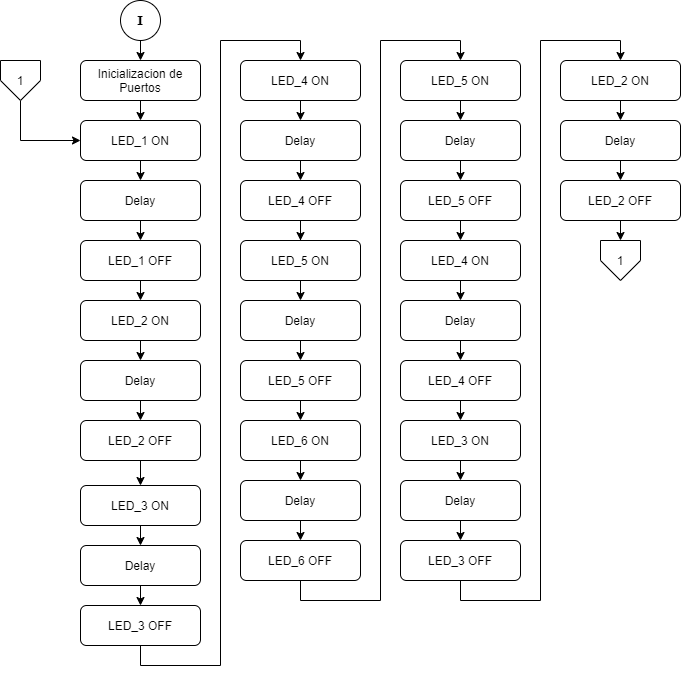
The draw.io diagram tp3/doc/diagramas/tp3_flujo.png in fiuba-labo-de-micro-miercoles/2019-2c-trabajo-practico-mendoza_2020, before a commit. Source tidied: cells renumbered, new cells last; positions are measured from the earlier drawing's top-left corner, leaving out a move shared by most shapes.
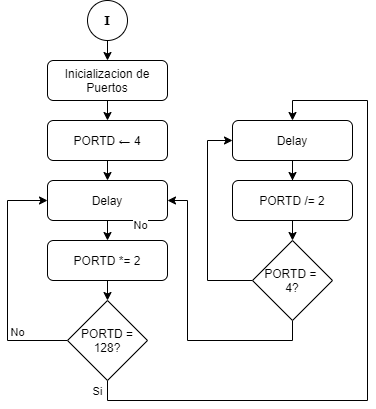
The same diagram one commit later.

Diff of the diagram source:
```diff
@@ -11,13 +11,15 @@
     <mxCell id="4" style="edgeStyle=orthogonalEdgeStyle;rounded=0;jettySize=auto;html=1;exitX=0.5;exitY=1;exitDx=0;exitDy=0;entryX=0.5;entryY=0;entryDx=0;entryDy=0;" parent="1" edge="1" source="5" target="9">
       <mxGeometry relative="1" as="geometry" />
     </mxCell>
-    <mxCell id="5" value="LED_1 ON" style="rounded=1;whiteSpace=wrap;html=1;fontSize=12;glass=0;strokeWidth=1;shadow=0;" parent="1" vertex="1">
+    <mxCell id="5" value="PORTD ← 4" style="rounded=1;whiteSpace=wrap;html=1;fontSize=12;glass=0;strokeWidth=1;shadow=0;" parent="1" vertex="1">
       <mxGeometry x="80" y="120" width="120" height="40" as="geometry" />
     </mxCell>
-    <mxCell id="6" style="edgeStyle=orthogonalEdgeStyle;rounded=0;jettySize=auto;html=1;exitX=0.5;exitY=1;exitDx=0;exitDy=0;entryX=0.5;entryY=0;entryDx=0;entryDy=0;" parent="1" edge="1" source="7" target="11">
-      <mxGeometry relative="1" as="geometry" />
+    <mxCell id="6" style="edgeStyle=orthogonalEdgeStyle;rounded=0;jettySize=auto;html=1;exitX=0.5;exitY=1;exitDx=0;exitDy=0;entryX=0.5;entryY=0;entryDx=0;entryDy=0;" parent="1" edge="1" source="7">
+      <mxGeometry relative="1" as="geometry">
+        <mxPoint x="140" y="300" as="targetPoint" />
+      </mxGeometry>
     </mxCell>
-    <mxCell id="7" value="LED_1 OFF" style="rounded=1;whiteSpace=wrap;html=1;fontSize=12;glass=0;strokeWidth=1;shadow=0;" parent="1" vertex="1">
+    <mxCell id="7" value="PORTD *= 2" style="rounded=1;whiteSpace=wrap;html=1;fontSize=12;glass=0;strokeWidth=1;shadow=0;" parent="1" vertex="1">
       <mxGeometry x="80" y="240" width="120" height="40" as="geometry" />
     </mxCell>
     <mxCell id="8" style="edgeStyle=orthogonalEdgeStyle;rounded=0;jettySize=auto;html=1;exitX=0.5;exitY=1;exitDx=0;exitDy=0;entryX=0.5;entryY=0;entryDx=0;entryDy=0;" parent="1" edge="1" source="9" target="7">
@@ -26,182 +28,69 @@
     <mxCell id="9" value="Delay" style="rounded=1;whiteSpace=wrap;html=1;fontSize=12;glass=0;strokeWidth=1;shadow=0;" parent="1" vertex="1">
       <mxGeometry x="80" y="180" width="120" height="40" as="geometry" />
     </mxCell>
-    <mxCell id="10" style="edgeStyle=orthogonalEdgeStyle;rounded=0;jettySize=auto;html=1;exitX=0.5;exitY=1;exitDx=0;exitDy=0;entryX=0.5;entryY=0;entryDx=0;entryDy=0;" parent="1" edge="1" source="11" target="15">
+    <mxCell id="10" style="edgeStyle=orthogonalEdgeStyle;rounded=0;jettySize=auto;html=1;exitX=0.5;exitY=1;exitDx=0;exitDy=0;entryX=0.5;entryY=0;entryDx=0;entryDy=0;" parent="1" edge="1" source="11" target="3">
       <mxGeometry relative="1" as="geometry" />
     </mxCell>
-    <mxCell id="11" value="LED_2 ON" style="rounded=1;whiteSpace=wrap;html=1;fontSize=12;glass=0;strokeWidth=1;shadow=0;" parent="1" vertex="1">
-      <mxGeometry x="80" y="300" width="120" height="40" as="geometry" />
+    <mxCell id="11" value="&lt;font face=&quot;Verdana&quot;&gt;&lt;b&gt;I&lt;/b&gt;&lt;/font&gt;" style="ellipse;whiteSpace=wrap;html=1;" parent="1" vertex="1">
+      <mxGeometry x="120" width="40" height="40" as="geometry" />
     </mxCell>
-    <mxCell id="12" style="edgeStyle=orthogonalEdgeStyle;rounded=0;jettySize=auto;html=1;exitX=0.5;exitY=1;exitDx=0;exitDy=0;entryX=0.5;entryY=0;entryDx=0;entryDy=0;" parent="1" edge="1" source="13" target="17">
-      <mxGeometry relative="1" as="geometry" />
+    <mxCell id="12" value="No" style="edgeStyle=orthogonalEdgeStyle;rounded=0;jettySize=auto;html=1;exitX=0;exitY=0.5;exitDx=0;exitDy=0;entryX=0;entryY=0.5;entryDx=0;entryDy=0;" parent="1" edge="1" source="14" target="9">
+      <mxGeometry x="-0.44" y="-10" relative="1" as="geometry">
+        <Array as="points">
+          <mxPoint x="40" y="340" />
+          <mxPoint x="40" y="200" />
+        </Array>
+      </mxGeometry>
     </mxCell>
-    <mxCell id="13" value="LED_2 OFF" style="rounded=1;whiteSpace=wrap;html=1;fontSize=12;glass=0;strokeWidth=1;shadow=0;" parent="1" vertex="1">
-      <mxGeometry x="80" y="420" width="120" height="40" as="geometry" />
+    <mxCell id="13" value="Si" style="edgeStyle=orthogonalEdgeStyle;rounded=0;jettySize=auto;html=1;exitX=0.5;exitY=1;exitDx=0;exitDy=0;entryX=0.5;entryY=0;entryDx=0;entryDy=0;" parent="1" edge="1" source="14" target="16">
+      <mxGeometry x="-0.97" y="-10" relative="1" as="geometry">
+        <Array as="points">
+          <mxPoint x="140" y="400" />
+          <mxPoint x="400" y="400" />
+          <mxPoint x="400" y="100" />
+          <mxPoint x="325" y="100" />
+        </Array>
+      </mxGeometry>
     </mxCell>
-    <mxCell id="14" style="edgeStyle=orthogonalEdgeStyle;rounded=0;jettySize=auto;html=1;exitX=0.5;exitY=1;exitDx=0;exitDy=0;entryX=0.5;entryY=0;entryDx=0;entryDy=0;" parent="1" edge="1" source="15" target="13">
-      <mxGeometry relative="1" as="geometry" />
+    <mxCell id="14" value="PORTD = 128?" style="rhombus;whiteSpace=wrap;html=1;" parent="1" vertex="1">
+      <mxGeometry x="100" y="300" width="80" height="80" as="geometry" />
     </mxCell>
-    <mxCell id="15" value="Delay" style="rounded=1;whiteSpace=wrap;html=1;fontSize=12;glass=0;strokeWidth=1;shadow=0;" parent="1" vertex="1">
-      <mxGeometry x="80" y="360" width="120" height="40" as="geometry" />
+    <mxCell id="15" style="edgeStyle=orthogonalEdgeStyle;rounded=0;jettySize=auto;html=1;" parent="1" edge="1" source="16" target="18">
+      <mxGeometry relative="1" as="geometry" />
     </mxCell>
-    <mxCell id="16" style="edgeStyle=orthogonalEdgeStyle;rounded=0;jettySize=auto;html=1;exitX=0.5;exitY=1;exitDx=0;exitDy=0;entryX=0.5;entryY=0;entryDx=0;entryDy=0;" parent="1" edge="1" source="17" target="21">
-      <mxGeometry relative="1" as="geometry" />
+    <mxCell id="16" value="Delay" style="rounded=1;whiteSpace=wrap;html=1;fontSize=12;glass=0;strokeWidth=1;shadow=0;" parent="1" vertex="1">
+      <mxGeometry x="265" y="120" width="120" height="40" as="geometry" />
     </mxCell>
-    <mxCell id="17" value="LED_3 ON" style="rounded=1;whiteSpace=wrap;html=1;fontSize=12;glass=0;strokeWidth=1;shadow=0;" parent="1" vertex="1">
-      <mxGeometry x="80" y="485" width="120" height="40" as="geometry" />
+    <mxCell id="17" style="edgeStyle=orthogonalEdgeStyle;rounded=0;jettySize=auto;html=1;exitX=0.5;exitY=1;exitDx=0;exitDy=0;entryX=0.5;entryY=0;entryDx=0;entryDy=0;" parent="1" edge="1" source="18" target="22">
+      <mxGeometry relative="1" as="geometry" />
     </mxCell>
-    <mxCell id="18" style="edgeStyle=orthogonalEdgeStyle;rounded=0;jettySize=auto;html=1;exitX=0.5;exitY=1;exitDx=0;exitDy=0;entryX=0.5;entryY=0;entryDx=0;entryDy=0;" parent="1" edge="1" source="19" target="23">
-      <mxGeometry relative="1" as="geometry" />
+    <mxCell id="18" value="PORTD /= 2" style="rounded=1;whiteSpace=wrap;html=1;fontSize=12;glass=0;strokeWidth=1;shadow=0;" parent="1" vertex="1">
+      <mxGeometry x="265" y="180" width="120" height="40" as="geometry" />
     </mxCell>
-    <mxCell id="19" value="LED_3&amp;nbsp;OFF" style="rounded=1;whiteSpace=wrap;html=1;fontSize=12;glass=0;strokeWidth=1;shadow=0;" parent="1" vertex="1">
-      <mxGeometry x="80" y="605" width="120" height="40" as="geometry" />
+    <mxCell id="19" style="edgeStyle=orthogonalEdgeStyle;rounded=0;jettySize=auto;html=1;exitX=0;exitY=0.5;exitDx=0;exitDy=0;entryX=0;entryY=0.5;entryDx=0;entryDy=0;" parent="1" edge="1" source="22" target="16">
+      <mxGeometry relative="1" as="geometry">
+        <Array as="points">
+          <mxPoint x="240" y="280" />
+          <mxPoint x="240" y="140" />
+        </Array>
+      </mxGeometry>
     </mxCell>
-    <mxCell id="20" style="edgeStyle=orthogonalEdgeStyle;rounded=0;jettySize=auto;html=1;exitX=0.5;exitY=1;exitDx=0;exitDy=0;entryX=0.5;entryY=0;entryDx=0;entryDy=0;" parent="1" edge="1" source="21" target="19">
-      <mxGeometry relative="1" as="geometry" />
+    <mxCell id="20" value="No" style="edgeLabel;html=1;align=center;verticalAlign=middle;" parent="19" vertex="1">
+      <mxGeometry x="-0.5" y="38" relative="1" as="geometry">
+        <mxPoint x="-30" y="-48" as="offset" />
+      </mxGeometry>
     </mxCell>
-    <mxCell id="21" value="Delay" style="rounded=1;whiteSpace=wrap;html=1;fontSize=12;glass=0;strokeWidth=1;shadow=0;" parent="1" vertex="1">
-      <mxGeometry x="80" y="545" width="120" height="40" as="geometry" />
+    <mxCell id="21" style="edgeStyle=orthogonalEdgeStyle;rounded=0;jettySize=auto;html=1;exitX=0.5;exitY=1;exitDx=0;exitDy=0;entryX=1;entryY=0.5;entryDx=0;entryDy=0;" parent="1" edge="1" source="22" target="9">
+      <mxGeometry relative="1" as="geometry">
+        <Array as="points">
+          <mxPoint x="325" y="340" />
+          <mxPoint x="220" y="340" />
+          <mxPoint x="220" y="200" />
+        </Array>
+      </mxGeometry>
     </mxCell>
-    <mxCell id="22" style="edgeStyle=orthogonalEdgeStyle;rounded=0;jettySize=auto;html=1;exitX=0.5;exitY=1;exitDx=0;exitDy=0;entryX=0.5;entryY=0;entryDx=0;entryDy=0;" parent="1" edge="1" source="23" target="27">
-      <mxGeometry relative="1" as="geometry" />
+    <mxCell id="22" value="PORTD = &lt;br&gt;4?" style="rhombus;whiteSpace=wrap;html=1;" parent="1" vertex="1">
+      <mxGeometry x="285" y="240" width="80" height="80" as="geometry" />
     </mxCell>
-    <mxCell id="23" value="LED_4 ON" style="rounded=1;whiteSpace=wrap;html=1;fontSize=12;glass=0;strokeWidth=1;shadow=0;" parent="1" vertex="1">
-      <mxGeometry x="240" y="60" width="120" height="40" as="geometry" />
-    </mxCell>
-    <mxCell id="24" style="edgeStyle=orthogonalEdgeStyle;rounded=0;jettySize=auto;html=1;exitX=0.5;exitY=1;exitDx=0;exitDy=0;" parent="1" edge="1" source="25" target="29">
-      <mxGeometry relative="1" as="geometry" />
-    </mxCell>
-    <mxCell id="25" value="LED_4 OFF" style="rounded=1;whiteSpace=wrap;html=1;fontSize=12;glass=0;strokeWidth=1;shadow=0;" parent="1" vertex="1">
-      <mxGeometry x="240" y="180" width="120" height="40" as="geometry" />
-    </mxCell>
-    <mxCell id="26" style="edgeStyle=orthogonalEdgeStyle;rounded=0;jettySize=auto;html=1;exitX=0.5;exitY=1;exitDx=0;exitDy=0;entryX=0.5;entryY=0;entryDx=0;entryDy=0;" parent="1" edge="1" source="27" target="25">
-      <mxGeometry relative="1" as="geometry" />
-    </mxCell>
-    <mxCell id="27" value="Delay" style="rounded=1;whiteSpace=wrap;html=1;fontSize=12;glass=0;strokeWidth=1;shadow=0;" parent="1" vertex="1">
-      <mxGeometry x="240" y="120" width="120" height="40" as="geometry" />
-    </mxCell>
-    <mxCell id="28" style="edgeStyle=orthogonalEdgeStyle;rounded=0;jettySize=auto;html=1;exitX=0.5;exitY=1;exitDx=0;exitDy=0;entryX=0.5;entryY=0;entryDx=0;entryDy=0;" parent="1" edge="1" source="29" target="33">
-      <mxGeometry relative="1" as="geometry" />
-    </mxCell>
-    <mxCell id="29" value="LED_5 ON" style="rounded=1;whiteSpace=wrap;html=1;fontSize=12;glass=0;strokeWidth=1;shadow=0;" parent="1" vertex="1">
-      <mxGeometry x="240" y="240" width="120" height="40" as="geometry" />
-    </mxCell>
-    <mxCell id="30" style="edgeStyle=orthogonalEdgeStyle;rounded=0;jettySize=auto;html=1;exitX=0.5;exitY=1;exitDx=0;exitDy=0;entryX=0.5;entryY=0;entryDx=0;entryDy=0;" parent="1" edge="1" source="31" target="35">
-      <mxGeometry relative="1" as="geometry" />
-    </mxCell>
-    <mxCell id="31" value="LED_5 OFF" style="rounded=1;whiteSpace=wrap;html=1;fontSize=12;glass=0;strokeWidth=1;shadow=0;" parent="1" vertex="1">
-      <mxGeometry x="240" y="360" width="120" height="40" as="geometry" />
-    </mxCell>
-    <mxCell id="32" style="edgeStyle=orthogonalEdgeStyle;rounded=0;jettySize=auto;html=1;exitX=0.5;exitY=1;exitDx=0;exitDy=0;entryX=0.5;entryY=0;entryDx=0;entryDy=0;" parent="1" edge="1" source="33" target="31">
-      <mxGeometry relative="1" as="geometry" />
-    </mxCell>
-    <mxCell id="33" value="Delay" style="rounded=1;whiteSpace=wrap;html=1;fontSize=12;glass=0;strokeWidth=1;shadow=0;" parent="1" vertex="1">
-      <mxGeometry x="240" y="300" width="120" height="40" as="geometry" />
-    </mxCell>
-    <mxCell id="34" style="edgeStyle=orthogonalEdgeStyle;rounded=0;jettySize=auto;html=1;exitX=0.5;exitY=1;exitDx=0;exitDy=0;entryX=0.5;entryY=0;entryDx=0;entryDy=0;" parent="1" edge="1" source="35" target="39">
-      <mxGeometry relative="1" as="geometry" />
-    </mxCell>
-    <mxCell id="35" value="LED_6 ON" style="rounded=1;whiteSpace=wrap;html=1;fontSize=12;glass=0;strokeWidth=1;shadow=0;" parent="1" vertex="1">
-      <mxGeometry x="240" y="420" width="120" height="40" as="geometry" />
-    </mxCell>
-    <mxCell id="36" style="edgeStyle=orthogonalEdgeStyle;rounded=0;jettySize=auto;html=1;exitX=0.5;exitY=1;exitDx=0;exitDy=0;entryX=0.5;entryY=0;entryDx=0;entryDy=0;" parent="1" edge="1" source="37" target="41">
-      <mxGeometry relative="1" as="geometry" />
-    </mxCell>
-    <mxCell id="37" value="LED_6 OFF" style="rounded=1;whiteSpace=wrap;html=1;fontSize=12;glass=0;strokeWidth=1;shadow=0;" parent="1" vertex="1">
-      <mxGeometry x="240" y="540" width="120" height="40" as="geometry" />
-    </mxCell>
-    <mxCell id="38" style="edgeStyle=orthogonalEdgeStyle;rounded=0;jettySize=auto;html=1;exitX=0.5;exitY=1;exitDx=0;exitDy=0;entryX=0.5;entryY=0;entryDx=0;entryDy=0;" parent="1" edge="1" source="39" target="37">
-      <mxGeometry relative="1" as="geometry" />
-    </mxCell>
-    <mxCell id="39" value="Delay" style="rounded=1;whiteSpace=wrap;html=1;fontSize=12;glass=0;strokeWidth=1;shadow=0;" parent="1" vertex="1">
-      <mxGeometry x="240" y="480" width="120" height="40" as="geometry" />
-    </mxCell>
-    <mxCell id="40" style="edgeStyle=orthogonalEdgeStyle;rounded=0;jettySize=auto;html=1;exitX=0.5;exitY=1;exitDx=0;exitDy=0;entryX=0.5;entryY=0;entryDx=0;entryDy=0;" parent="1" edge="1" source="41" target="45">
-      <mxGeometry relative="1" as="geometry" />
-    </mxCell>
-    <mxCell id="41" value="LED_5 ON" style="rounded=1;whiteSpace=wrap;html=1;fontSize=12;glass=0;strokeWidth=1;shadow=0;" parent="1" vertex="1">
-      <mxGeometry x="400" y="60" width="120" height="40" as="geometry" />
-    </mxCell>
-    <mxCell id="42" style="edgeStyle=orthogonalEdgeStyle;rounded=0;jettySize=auto;html=1;exitX=0.5;exitY=1;exitDx=0;exitDy=0;entryX=0.5;entryY=0;entryDx=0;entryDy=0;" parent="1" edge="1" source="43" target="47">
-      <mxGeometry relative="1" as="geometry" />
-    </mxCell>
-    <mxCell id="43" value="LED_5 OFF" style="rounded=1;whiteSpace=wrap;html=1;fontSize=12;glass=0;strokeWidth=1;shadow=0;" parent="1" vertex="1">
-      <mxGeometry x="400" y="180" width="120" height="40" as="geometry" />
-    </mxCell>
-    <mxCell id="44" style="edgeStyle=orthogonalEdgeStyle;rounded=0;jettySize=auto;html=1;exitX=0.5;exitY=1;exitDx=0;exitDy=0;entryX=0.5;entryY=0;entryDx=0;entryDy=0;" parent="1" edge="1" source="45" target="43">
-      <mxGeometry relative="1" as="geometry" />
-    </mxCell>
-    <mxCell id="45" value="Delay" style="rounded=1;whiteSpace=wrap;html=1;fontSize=12;glass=0;strokeWidth=1;shadow=0;" parent="1" vertex="1">
-      <mxGeometry x="400" y="120" width="120" height="40" as="geometry" />
-    </mxCell>
-    <mxCell id="46" style="edgeStyle=orthogonalEdgeStyle;rounded=0;jettySize=auto;html=1;exitX=0.5;exitY=1;exitDx=0;exitDy=0;entryX=0.5;entryY=0;entryDx=0;entryDy=0;" parent="1" edge="1" source="47" target="51">
-      <mxGeometry relative="1" as="geometry" />
-    </mxCell>
-    <mxCell id="47" value="LED_4 ON" style="rounded=1;whiteSpace=wrap;html=1;fontSize=12;glass=0;strokeWidth=1;shadow=0;" parent="1" vertex="1">
-      <mxGeometry x="400" y="240" width="120" height="40" as="geometry" />
-    </mxCell>
-    <mxCell id="48" style="edgeStyle=orthogonalEdgeStyle;rounded=0;jettySize=auto;html=1;exitX=0.5;exitY=1;exitDx=0;exitDy=0;entryX=0.5;entryY=0;entryDx=0;entryDy=0;" parent="1" edge="1" source="49" target="53">
-      <mxGeometry relative="1" as="geometry" />
-    </mxCell>
-    <mxCell id="49" value="LED_4 OFF" style="rounded=1;whiteSpace=wrap;html=1;fontSize=12;glass=0;strokeWidth=1;shadow=0;" parent="1" vertex="1">
-      <mxGeometry x="400" y="360" width="120" height="40" as="geometry" />
-    </mxCell>
-    <mxCell id="50" style="edgeStyle=orthogonalEdgeStyle;rounded=0;jettySize=auto;html=1;exitX=0.5;exitY=1;exitDx=0;exitDy=0;entryX=0.5;entryY=0;entryDx=0;entryDy=0;" parent="1" edge="1" source="51" target="49">
-      <mxGeometry relative="1" as="geometry" />
-    </mxCell>
-    <mxCell id="51" value="Delay" style="rounded=1;whiteSpace=wrap;html=1;fontSize=12;glass=0;strokeWidth=1;shadow=0;" parent="1" vertex="1">
-      <mxGeometry x="400" y="300" width="120" height="40" as="geometry" />
-    </mxCell>
-    <mxCell id="52" style="edgeStyle=orthogonalEdgeStyle;rounded=0;jettySize=auto;html=1;exitX=0.5;exitY=1;exitDx=0;exitDy=0;entryX=0.5;entryY=0;entryDx=0;entryDy=0;" parent="1" edge="1" source="53" target="57">
-      <mxGeometry relative="1" as="geometry" />
-    </mxCell>
-    <mxCell id="53" value="LED_3 ON" style="rounded=1;whiteSpace=wrap;html=1;fontSize=12;glass=0;strokeWidth=1;shadow=0;" parent="1" vertex="1">
-      <mxGeometry x="400" y="420" width="120" height="40" as="geometry" />
-    </mxCell>
-    <mxCell id="54" style="edgeStyle=orthogonalEdgeStyle;rounded=0;jettySize=auto;html=1;exitX=0.5;exitY=1;exitDx=0;exitDy=0;entryX=0.5;entryY=0;entryDx=0;entryDy=0;" parent="1" edge="1" source="55" target="59">
-      <mxGeometry relative="1" as="geometry" />
-    </mxCell>
-    <mxCell id="55" value="LED_3&amp;nbsp;OFF" style="rounded=1;whiteSpace=wrap;html=1;fontSize=12;glass=0;strokeWidth=1;shadow=0;" parent="1" vertex="1">
-      <mxGeometry x="400" y="540" width="120" height="40" as="geometry" />
-    </mxCell>
-    <mxCell id="56" style="edgeStyle=orthogonalEdgeStyle;rounded=0;jettySize=auto;html=1;exitX=0.5;exitY=1;exitDx=0;exitDy=0;entryX=0.5;entryY=0;entryDx=0;entryDy=0;" parent="1" edge="1" source="57" target="55">
-      <mxGeometry relative="1" as="geometry" />
-    </mxCell>
-    <mxCell id="57" value="Delay" style="rounded=1;whiteSpace=wrap;html=1;fontSize=12;glass=0;strokeWidth=1;shadow=0;" parent="1" vertex="1">
-      <mxGeometry x="400" y="480" width="120" height="40" as="geometry" />
-    </mxCell>
-    <mxCell id="58" style="edgeStyle=orthogonalEdgeStyle;rounded=0;jettySize=auto;html=1;exitX=0.5;exitY=1;exitDx=0;exitDy=0;entryX=0.5;entryY=0;entryDx=0;entryDy=0;" parent="1" edge="1" source="59" target="63">
-      <mxGeometry relative="1" as="geometry" />
-    </mxCell>
-    <mxCell id="59" value="LED_2 ON" style="rounded=1;whiteSpace=wrap;html=1;fontSize=12;glass=0;strokeWidth=1;shadow=0;" parent="1" vertex="1">
-      <mxGeometry x="560" y="60" width="120" height="40" as="geometry" />
-    </mxCell>
-    <mxCell id="60" style="edgeStyle=orthogonalEdgeStyle;rounded=0;jettySize=auto;html=1;exitX=0.5;exitY=1;exitDx=0;exitDy=0;entryX=0.5;entryY=0;entryDx=0;entryDy=0;" parent="1" edge="1" source="61" target="64">
-      <mxGeometry relative="1" as="geometry" />
-    </mxCell>
-    <mxCell id="61" value="LED_2 OFF" style="rounded=1;whiteSpace=wrap;html=1;fontSize=12;glass=0;strokeWidth=1;shadow=0;" parent="1" vertex="1">
-      <mxGeometry x="560" y="180" width="120" height="40" as="geometry" />
-    </mxCell>
-    <mxCell id="62" style="edgeStyle=orthogonalEdgeStyle;rounded=0;jettySize=auto;html=1;exitX=0.5;exitY=1;exitDx=0;exitDy=0;entryX=0.5;entryY=0;entryDx=0;entryDy=0;" parent="1" edge="1" source="63" target="61">
-      <mxGeometry relative="1" as="geometry" />
-    </mxCell>
-    <mxCell id="63" value="Delay" style="rounded=1;whiteSpace=wrap;html=1;fontSize=12;glass=0;strokeWidth=1;shadow=0;" parent="1" vertex="1">
-      <mxGeometry x="560" y="120" width="120" height="40" as="geometry" />
-    </mxCell>
-    <mxCell id="64" value="1" style="shape=offPageConnector;whiteSpace=wrap;html=1;size=0.5;" parent="1" vertex="1">
-      <mxGeometry x="600" y="240" width="40" height="40" as="geometry" />
-    </mxCell>
-    <mxCell id="65" style="edgeStyle=orthogonalEdgeStyle;rounded=0;jettySize=auto;html=1;exitX=0.5;exitY=1;exitDx=0;exitDy=0;entryX=0;entryY=0.5;entryDx=0;entryDy=0;" parent="1" edge="1" source="66" target="5">
-      <mxGeometry relative="1" as="geometry" />
-    </mxCell>
-    <mxCell id="66" value="1" style="shape=offPageConnector;whiteSpace=wrap;html=1;size=0.5;" parent="1" vertex="1">
-      <mxGeometry y="60" width="40" height="40" as="geometry" />
-    </mxCell>
-    <mxCell id="67" style="edgeStyle=orthogonalEdgeStyle;rounded=0;jettySize=auto;html=1;exitX=0.5;exitY=1;exitDx=0;exitDy=0;entryX=0.5;entryY=0;entryDx=0;entryDy=0;" parent="1" edge="1" source="68" target="3">
-      <mxGeometry relative="1" as="geometry" />
-    </mxCell>
-    <mxCell id="68" value="&lt;font face=&quot;Verdana&quot;&gt;&lt;b&gt;I&lt;/b&gt;&lt;/font&gt;" style="ellipse;whiteSpace=wrap;html=1;" parent="1" vertex="1">
-      <mxGeometry x="120" width="40" height="40" as="geometry" />
-    </mxCell>
   </root>
 </mxGraphModel>
```
